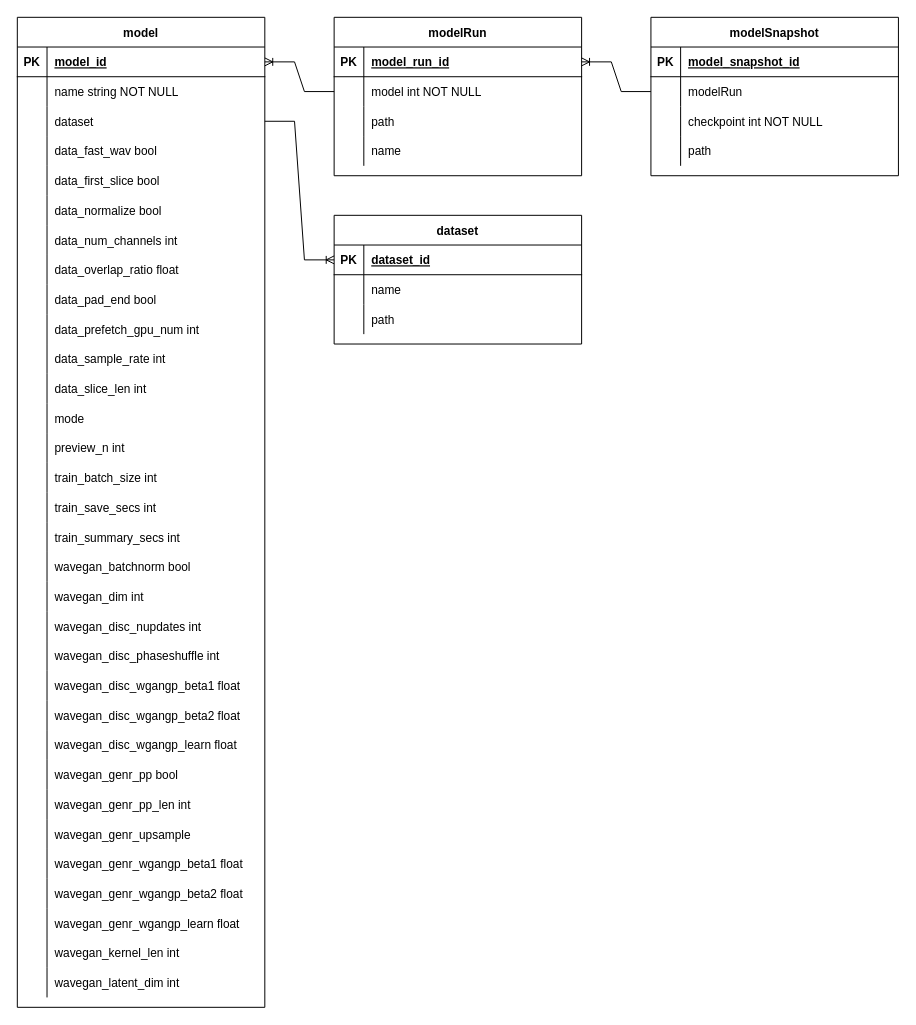
Above: wgan_db_model_erd.drawio in mattjwarren/django-wganmgr (draw.io), before the change. Source tidied: cells renumbered, new cells numbered last; positions are measured from the earlier drawing's top-left corner, leaving out a move shared by most shapes. Both pictures are drawn from the tidied source at 99%, with x=0, y=0 at pixel (17, 17).
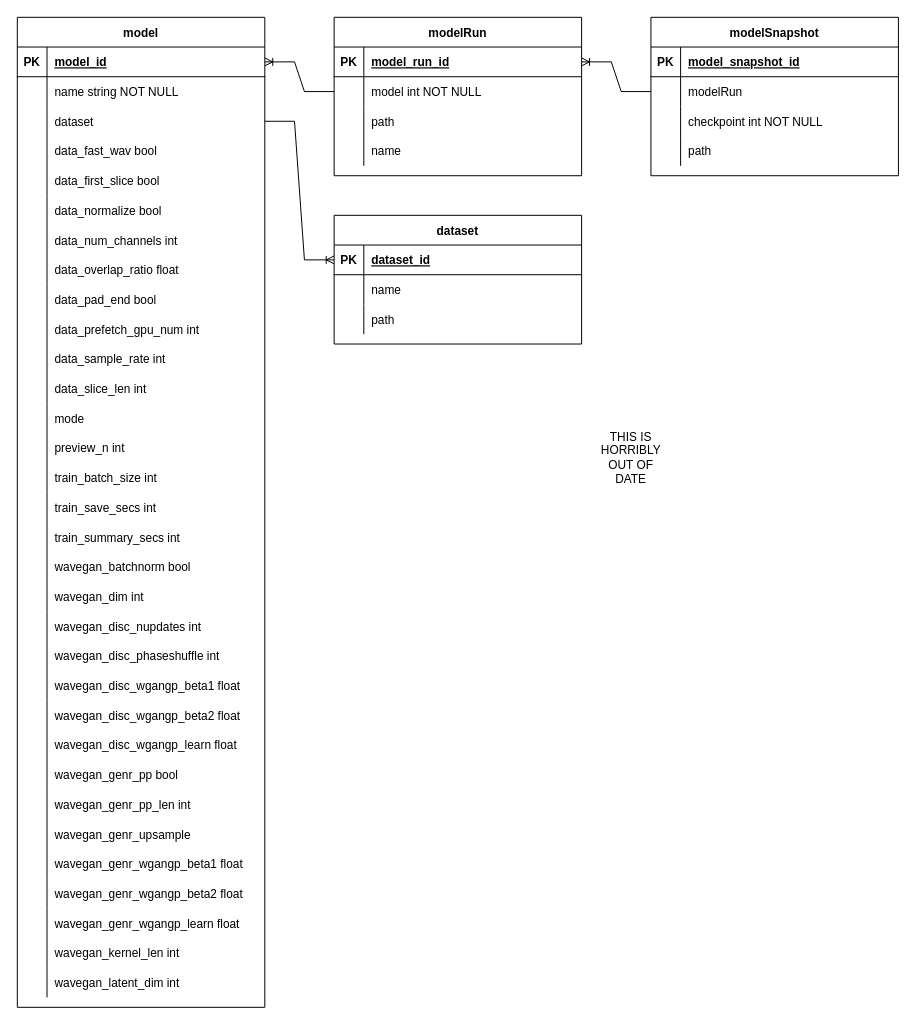
The same diagram, later.

Commit message:
add multicycling of model saves and snapshots diagram

Change to the diagram source:
```diff
@@
+    <mxCell id="138" value="THIS IS HORRIBLY OUT OF DATE" style="text;html=1;strokeColor=none;fillColor=none;align=center;verticalAlign=middle;whiteSpace=wrap;rounded=0;" parent="1" vertex="1">
+      <mxGeometry x="590" y="430" width="60" height="30" as="geometry" />
+    </mxCell>
```
